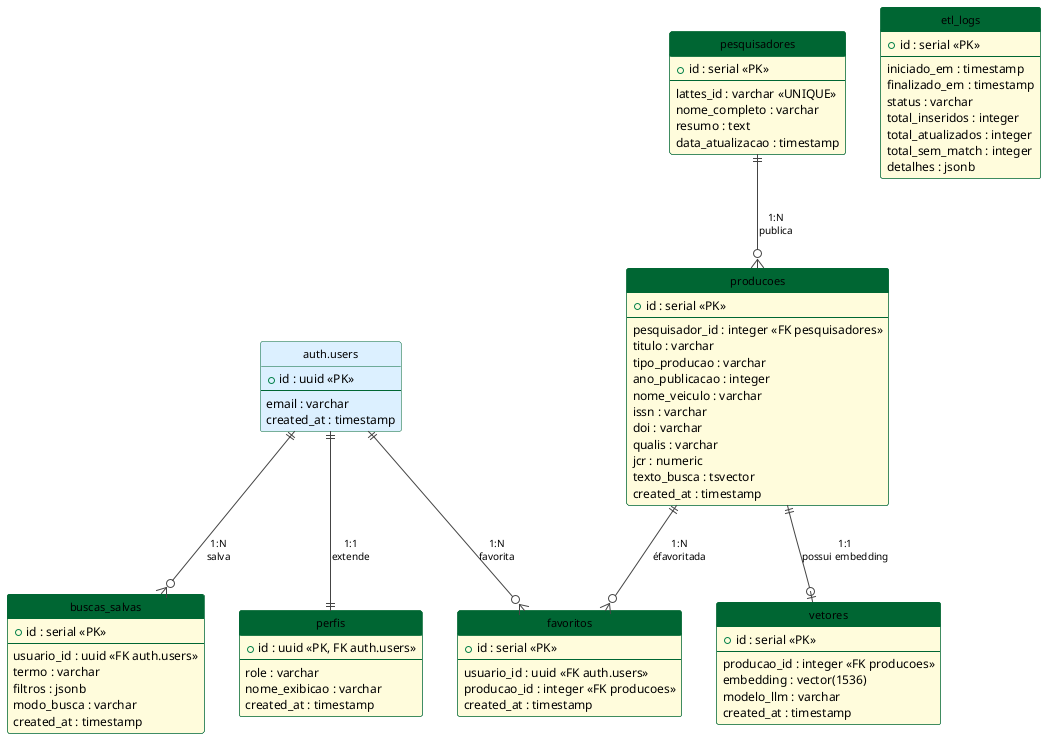
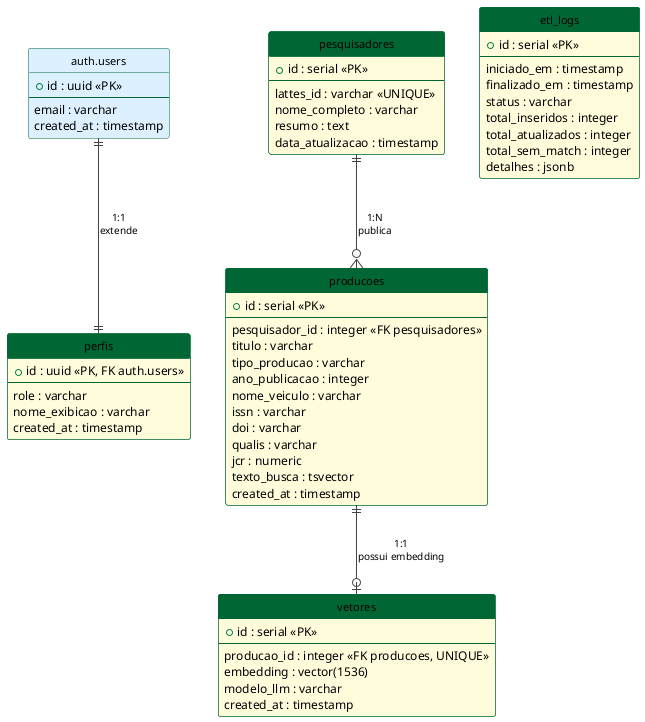
- @startuml SPK-79_DiagramaER
+ @startuml SPK-79_DiagramaER_v3

skinparam backgroundColor #FFFFFF
skinparam defaultFontName Arial
skinparam defaultFontSize 12

skinparam class {
  BackgroundColor #FFFCDC
  BorderColor #006633
  HeaderBackgroundColor #006633
  HeaderFontColor #FFFFFF
  HeaderFontStyle bold
  FontSize 11
}

skinparam arrow {
  Color #444444
  FontSize 10
}

hide circle
hide methods

' ════════════════════════════════════════════════════════
- ' SUPABASE AUTH (gerenciada externamente)
+ ' SUPABASE AUTH (gerenciada externamente pelo Supabase)
' ════════════════════════════════════════════════════════
class "auth.users" as AUTH #DCF0FF {
  + id : uuid <<PK>>
  --
  email : varchar
  created_at : timestamp
}

' ════════════════════════════════════════════════════════
' PERFIS
' ════════════════════════════════════════════════════════
class "perfis" as PERFIS {
  + id : uuid <<PK, FK auth.users>>
  --
  role : varchar
  nome_exibicao : varchar
  created_at : timestamp
}

' ════════════════════════════════════════════════════════
' PESQUISADORES
' ════════════════════════════════════════════════════════
class "pesquisadores" as PESQ {
  + id : serial <<PK>>
  --
  lattes_id : varchar <<UNIQUE>>
  nome_completo : varchar
  resumo : text
  data_atualizacao : timestamp
}

' ════════════════════════════════════════════════════════
' PRODUCOES
' ════════════════════════════════════════════════════════
class "producoes" as PROD {
  + id : serial <<PK>>
  --
  pesquisador_id : integer <<FK pesquisadores>>
  titulo : varchar
  tipo_producao : varchar
  ano_publicacao : integer
  nome_veiculo : varchar
  issn : varchar
  doi : varchar
  qualis : varchar
  jcr : numeric
  texto_busca : tsvector
  created_at : timestamp
}

' ════════════════════════════════════════════════════════
' VETORES
' ════════════════════════════════════════════════════════
class "vetores" as VET {
  + id : serial <<PK>>
  --
-   producao_id : integer <<FK producoes>>
+   producao_id : integer <<FK producoes, UNIQUE>>
  embedding : vector(1536)
  modelo_llm : varchar
-   created_at : timestamp
- }
- 
- ' ════════════════════════════════════════════════════════
- ' FAVORITOS
- ' ════════════════════════════════════════════════════════
- class "favoritos" as FAV {
-   + id : serial <<PK>>
-   --
-   usuario_id : uuid <<FK auth.users>>
-   producao_id : integer <<FK producoes>>
-   created_at : timestamp
- }
- 
- ' ════════════════════════════════════════════════════════
- ' BUSCAS SALVAS
- ' ════════════════════════════════════════════════════════
- class "buscas_salvas" as BUSC {
-   + id : serial <<PK>>
-   --
-   usuario_id : uuid <<FK auth.users>>
-   termo : varchar
-   filtros : jsonb
-   modo_busca : varchar
  created_at : timestamp
}

' ════════════════════════════════════════════════════════
' ETL LOGS
' ════════════════════════════════════════════════════════
class "etl_logs" as LOG {
  + id : serial <<PK>>
  --
  iniciado_em : timestamp
  finalizado_em : timestamp
  status : varchar
  total_inseridos : integer
  total_atualizados : integer
  total_sem_match : integer
  detalhes : jsonb
}

' ════════════════════════════════════════════════════════
' RELACIONAMENTOS
' ════════════════════════════════════════════════════════
- AUTH       ||--||  PERFIS   : "1:1\nextende"
- AUTH       ||--o{  FAV      : "1:N\nfavorita"
- AUTH       ||--o{  BUSC     : "1:N\nsalva"
- PESQ       ||--o{  PROD     : "1:N\npublica"
- PROD       ||--o|  VET      : "1:1\npossui embedding"
- PROD       ||--o{  FAV      : "1:N\néfavoritada"
+ AUTH ||--|| PERFIS : "1:1\nextende"
+ PESQ ||--o{ PROD   : "1:N\npublica"
+ PROD ||--o| VET    : "1:1\npossui embedding"

@enduml
